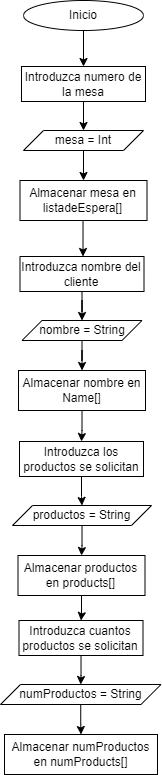
This is Toma de pedidos.png from dasamepu/Flujo-de-funciones-para-encapsular-algoritmos, a draw.io export, as it was before one commit. Source tidied: cells renumbered, new cells last; positions are measured from the earlier drawing's top-left corner, leaving out a move shared by most shapes.
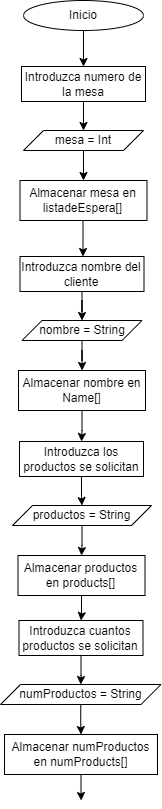
The same file after the commit.

The edit, as a diff of the source:
```diff
@@ -77,6 +77,11 @@
     <mxCell id="25" value="numProductos = String" style="shape=parallelogram;perimeter=parallelogramPerimeter;whiteSpace=wrap;html=1;fixedSize=1;" parent="1" vertex="1">
       <mxGeometry y="684" width="160.5" height="20" as="geometry" />
     </mxCell>
+    <mxCell id="27" style="edgeStyle=orthogonalEdgeStyle;rounded=0;jettySize=auto;html=1;entryX=0.5;entryY=0;entryDx=0;entryDy=0;" parent="1" edge="1" source="26">
+      <mxGeometry relative="1" as="geometry">
+        <mxPoint x="80.8" y="800" as="targetPoint" />
+      </mxGeometry>
+    </mxCell>
     <mxCell id="26" value="Almacenar numProductos en numProducts[]" style="whiteSpace=wrap;html=1;" parent="1" vertex="1">
       <mxGeometry x="4" y="734" width="153" height="40" as="geometry" />
     </mxCell>
```
